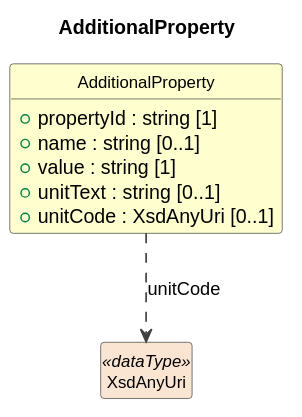
Above: cdif-uml-model/_plantuml/cdifCore/Classes/AdditionalProperty.svg in Cross-Domain-Interoperability-Framework/metadataBuildingBlocks (PlantUML), before the change.
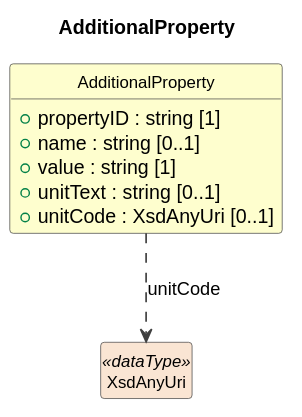
After the change.

What changed in the source:
```diff
@@ -11,7 +11,7 @@
 }
 
 class "AdditionalProperty" as AdditionalProperty #FEFECE {
-  +propertyId : string [1]
+  +propertyID : string [1]
   +name : string [0..1]
   +value : string [1]
   +unitText : string [0..1]
```
